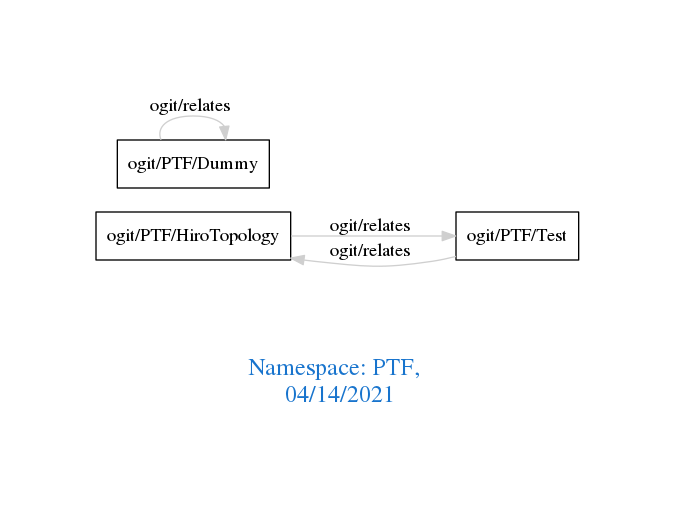
The Graphviz diagram downloads/PTF.png in arago/OGIT, before a commit. Its source is kept beside it as downloads/PTF.dot.
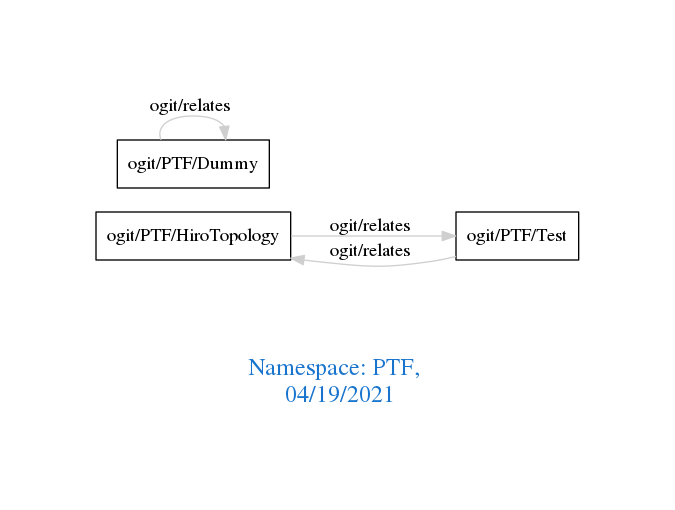
After the commit.

Change to the diagram source:
```diff
@@ -1,7 +1,7 @@
 digraph OGIT_ontology {
  graph [ rankdir= LR,pad=1
 fontsize = 18,
-fontcolor= dodgerblue3,label = "\n\n\nNamespace: PTF, \n 04/14/2021"];
+fontcolor= dodgerblue3,label = "\n\n\nNamespace: PTF, \n 04/19/2021"];
 node[shape=polygon];
 edge [  color="gray81"];
 
```
